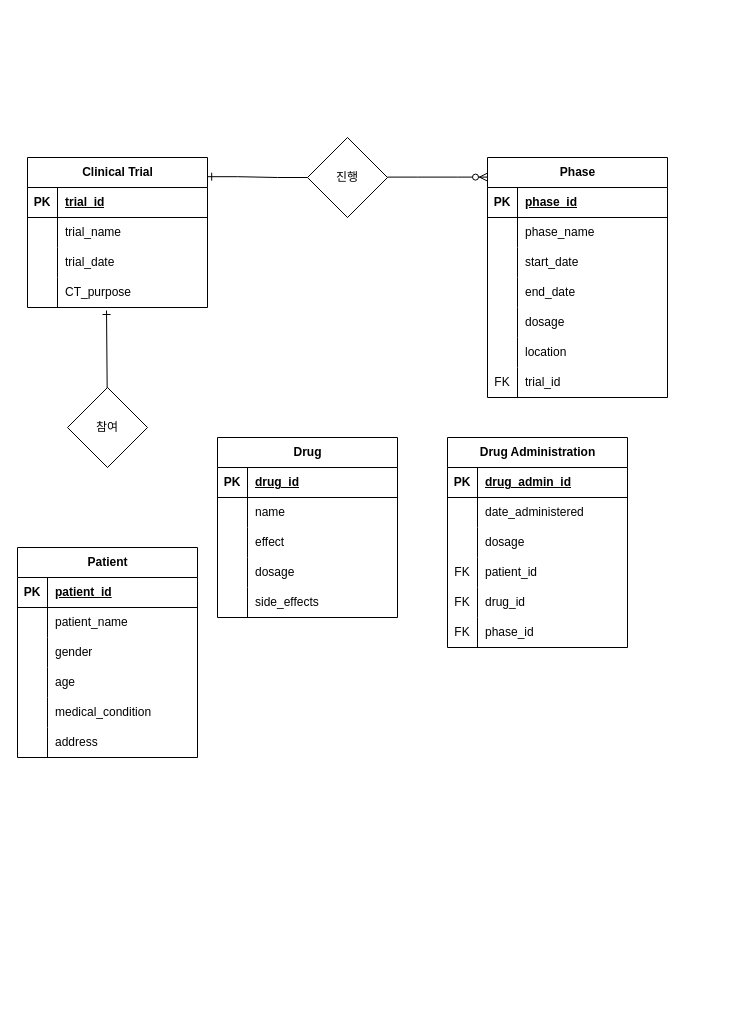
Before: 제목 없는 다이어그램.drawio in Daon312/githubtest, a draw.io diagram. Source tidied: cells renumbered, new cells numbered last; positions are measured from the earlier drawing's top-left corner, leaving out a move shared by most shapes. Both pictures are drawn from the tidied source at 100%, with x=0, y=0 at pixel (17, 137).
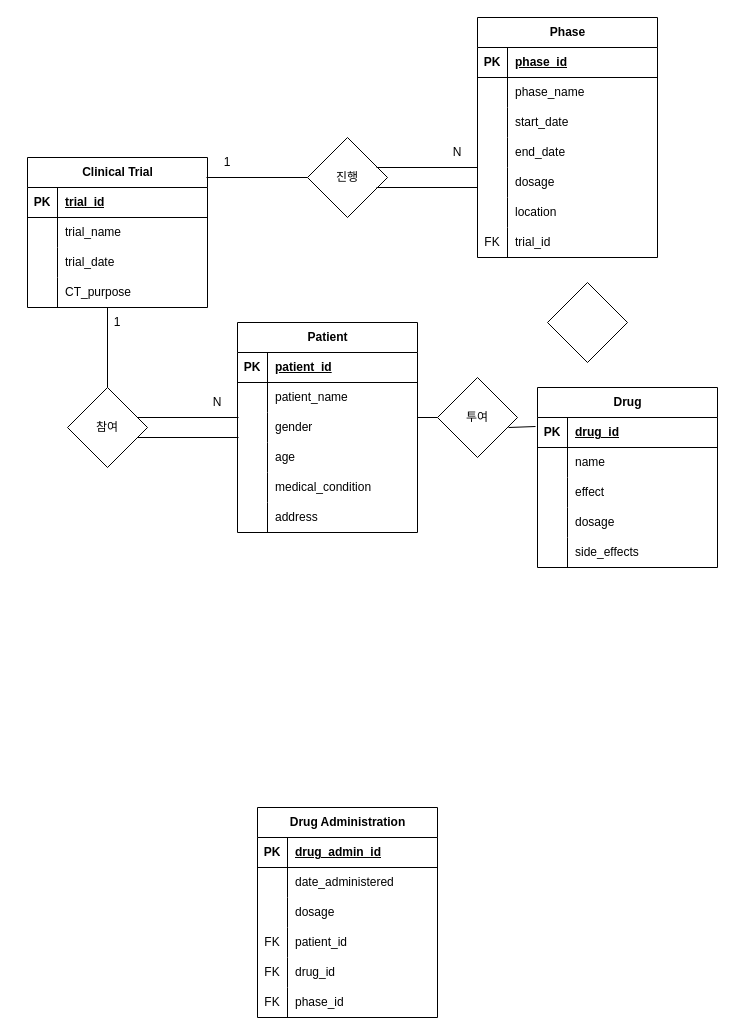
The same diagram, later.

Commit message:
제목 없는 다이어그램.drawio 업데이트

The change refers to these unchanged cells:
```xml
<mxCell id="2" value="Clinical Trial" style="shape=table;startSize=30;childLayout=tableLayout;rowLines=0;fontStyle=1;align=center;html=1;" parent="1" vertex="1">
  <mxGeometry x="10" y="20" width="180" height="150" as="geometry" />
</mxCell>
<mxCell id="12" style="shape=tableRow;horizontal=0;startSize=0;swimlaneHead=0;swimlaneBody=0;fillColor=none;points=[[0,0.5],[1,0.5]];portConstraint=eastwest;top=0;left=0;right=0;bottom=0;" parent="2" vertex="1">
  <mxGeometry y="120" width="180" height="30" as="geometry" />
</mxCell>
<mxCell id="57" style="shape=tableRow;horizontal=0;startSize=0;swimlaneHead=0;swimlaneBody=0;fillColor=none;points=[[0,0.5],[1,0.5]];portConstraint=eastwest;top=0;left=0;right=0;bottom=1;" parent="56" vertex="1">
  <mxGeometry y="30" width="180" height="30" as="geometry" />
</mxCell>
<mxCell id="91" value="진행" style="rhombus;whiteSpace=wrap;html=1;" parent="1" vertex="1">
  <mxGeometry x="290" width="80" height="80" as="geometry" />
</mxCell>
<mxCell id="94" value="참여" style="rhombus;whiteSpace=wrap;html=1;" parent="1" vertex="1">
  <mxGeometry x="50" y="250" width="80" height="80" as="geometry" />
</mxCell>
```

The edit, as a diff of the source:
```diff
@@
     <mxCell id="15" value="Phase" style="shape=table;startSize=30;childLayout=tableLayout;rowLines=0;fontStyle=1;align=center;html=1;" parent="1" vertex="1">
-      <mxGeometry x="470" y="20" width="180" height="240" as="geometry" />
+      <mxGeometry x="460" y="-120" width="180" height="240" as="geometry" />
     </mxCell>
@@
     <mxCell id="37" value="Patient" style="shape=table;startSize=30;childLayout=tableLayout;rowLines=0;fontStyle=1;align=center;html=1;" parent="1" vertex="1">
-      <mxGeometry y="410" width="180" height="210" as="geometry" />
+      <mxGeometry x="220" y="185" width="180" height="210" as="geometry" />
     </mxCell>
@@
     <mxCell id="56" value="Drug" style="shape=table;startSize=30;childLayout=tableLayout;rowLines=0;fontStyle=1;align=center;html=1;" parent="1" vertex="1">
-      <mxGeometry x="200" y="300" width="180" height="180" as="geometry" />
+      <mxGeometry x="520" y="250" width="180" height="180" as="geometry" />
     </mxCell>
@@
     <mxCell id="72" value="Drug Administration" style="shape=table;startSize=30;childLayout=tableLayout;rowLines=0;fontStyle=1;align=center;html=1;" parent="1" vertex="1">
-      <mxGeometry x="430" y="300" width="180" height="210" as="geometry" />
+      <mxGeometry x="240" y="670" width="180" height="210" as="geometry" />
     </mxCell>
@@
-    <mxCell id="92" style="edgeStyle=entityRelationEdgeStyle;fontSize=12;html=1;endArrow=ERzeroToMany;endFill=1;rounded=0;" parent="1" edge="1">
-      <mxGeometry relative="1" as="geometry">
-        <mxPoint x="370" y="39.6" as="sourcePoint" />
-        <mxPoint x="470" y="39.6" as="targetPoint" />
-      </mxGeometry>
-    </mxCell>
-    <mxCell id="93" style="edgeStyle=entityRelationEdgeStyle;fontSize=12;html=1;endArrow=ERone;endFill=1;rounded=0;entryX=1.001;entryY=0.128;entryDx=0;entryDy=0;entryPerimeter=0;" parent="1" edge="1" source="91" target="2">
-      <mxGeometry relative="1" as="geometry">
-        <Array as="points">
-          <mxPoint x="410" y="172.4" />
-        </Array>
-      </mxGeometry>
-    </mxCell>
@@
-    <mxCell id="95" style="fontSize=12;html=1;endArrow=ERone;endFill=1;rounded=0;entryX=0.439;entryY=1.1;entryDx=0;entryDy=0;entryPerimeter=0;" parent="1" edge="1" source="94" target="12">
-      <mxGeometry relative="1" as="geometry" />
-    </mxCell>
+    <mxCell id="96" style="endArrow=none;html=1;rounded=0;entryX=0;entryY=0.5;entryDx=0;entryDy=0;" parent="1" edge="1" target="91">
+      <mxGeometry relative="1" as="geometry">
+        <mxPoint x="189" y="40" as="sourcePoint" />
+      </mxGeometry>
+    </mxCell>
+    <mxCell id="97" style="endArrow=none;html=1;rounded=0;entryX=0;entryY=0.5;entryDx=0;entryDy=0;" parent="1" edge="1">
+      <mxGeometry relative="1" as="geometry">
+        <mxPoint x="359" y="30" as="sourcePoint" />
+        <mxPoint x="460" y="30" as="targetPoint" />
+      </mxGeometry>
+    </mxCell>
+    <mxCell id="98" style="endArrow=none;html=1;rounded=0;entryX=0;entryY=0.5;entryDx=0;entryDy=0;" parent="1" edge="1">
+      <mxGeometry relative="1" as="geometry">
+        <mxPoint x="359" y="50" as="sourcePoint" />
+        <mxPoint x="460" y="50" as="targetPoint" />
+      </mxGeometry>
+    </mxCell>
+    <mxCell id="99" style="endArrow=none;html=1;rounded=0;entryX=0.5;entryY=0;entryDx=0;entryDy=0;" parent="1" edge="1" target="94">
+      <mxGeometry relative="1" as="geometry">
+        <mxPoint x="90" y="170" as="sourcePoint" />
+      </mxGeometry>
+    </mxCell>
+    <mxCell id="100" style="endArrow=none;html=1;rounded=0;entryX=0;entryY=0.5;entryDx=0;entryDy=0;" parent="1" edge="1">
+      <mxGeometry relative="1" as="geometry">
+        <mxPoint x="120" y="280" as="sourcePoint" />
+        <mxPoint x="221" y="280" as="targetPoint" />
+      </mxGeometry>
+    </mxCell>
+    <mxCell id="101" style="endArrow=none;html=1;rounded=0;entryX=0;entryY=0.5;entryDx=0;entryDy=0;" parent="1" edge="1">
+      <mxGeometry relative="1" as="geometry">
+        <mxPoint x="120" y="300" as="sourcePoint" />
+        <mxPoint x="221" y="300" as="targetPoint" />
+      </mxGeometry>
+    </mxCell>
+    <mxCell id="102" value="1" style="text;html=1;align=center;verticalAlign=middle;whiteSpace=wrap;rounded=0;" parent="1" vertex="1">
+      <mxGeometry x="180" y="10" width="60" height="30" as="geometry" />
+    </mxCell>
+    <mxCell id="103" value="1" style="text;html=1;align=center;verticalAlign=middle;whiteSpace=wrap;rounded=0;" parent="1" vertex="1">
+      <mxGeometry x="70" y="170" width="60" height="30" as="geometry" />
+    </mxCell>
+    <mxCell id="104" value="N" style="text;html=1;align=center;verticalAlign=middle;whiteSpace=wrap;rounded=0;" parent="1" vertex="1">
+      <mxGeometry x="410" width="60" height="30" as="geometry" />
+    </mxCell>
+    <mxCell id="105" value="N" style="text;html=1;align=center;verticalAlign=middle;whiteSpace=wrap;rounded=0;" parent="1" vertex="1">
+      <mxGeometry x="170" y="250" width="60" height="30" as="geometry" />
+    </mxCell>
+    <mxCell id="106" value="투여" style="rhombus;whiteSpace=wrap;html=1;" parent="1" vertex="1">
+      <mxGeometry x="420" y="240" width="80" height="80" as="geometry" />
+    </mxCell>
+    <mxCell id="107" style="endArrow=none;html=1;rounded=0;entryX=0;entryY=0.5;entryDx=0;entryDy=0;" parent="1" edge="1" target="106">
+      <mxGeometry relative="1" as="geometry">
+        <mxPoint x="400" y="280" as="sourcePoint" />
+      </mxGeometry>
+    </mxCell>
+    <mxCell id="108" style="endArrow=none;html=1;rounded=0;entryX=0.888;entryY=0.625;entryDx=0;entryDy=0;exitX=-0.011;exitY=0.3;exitDx=0;exitDy=0;exitPerimeter=0;entryPerimeter=0;" parent="1" edge="1" source="57" target="106">
+      <mxGeometry relative="1" as="geometry" />
+    </mxCell>
+    <mxCell id="109" style="rhombus;whiteSpace=wrap;html=1;" parent="1" vertex="1">
+      <mxGeometry x="530" y="145" width="80" height="80" as="geometry" />
+    </mxCell>
```
